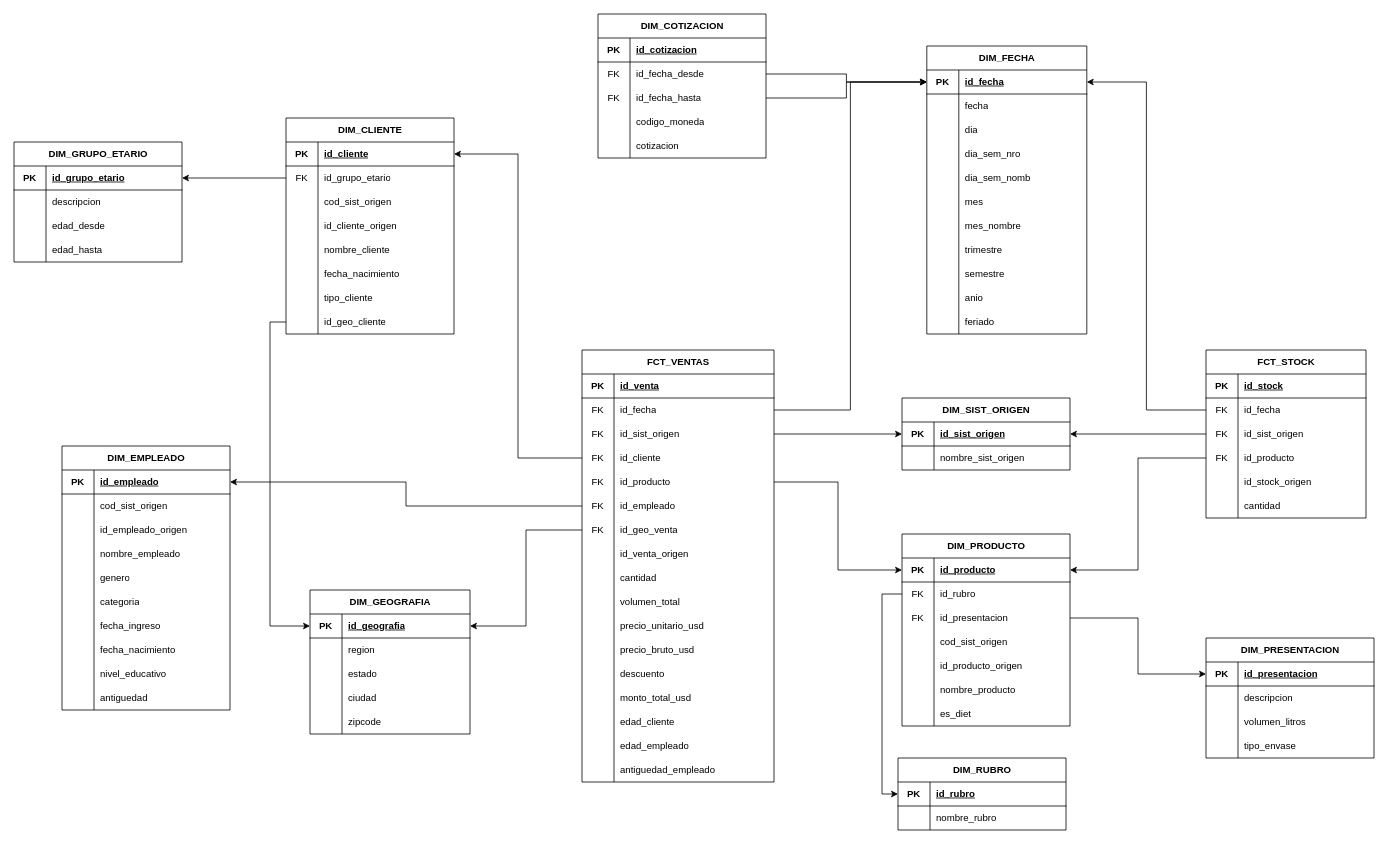
This is TP/TP_BD2_estrella.drawio from Ftedp/BBDD2-TUIA, a draw.io file, before an edit. Source tidied: cells renumbered, new cells numbered last; positions are measured from the earlier drawing's top-left corner, leaving out a move shared by most shapes. Both pictures are drawn from the tidied source at 80%, with x=0, y=0 at pixel (14, 14).
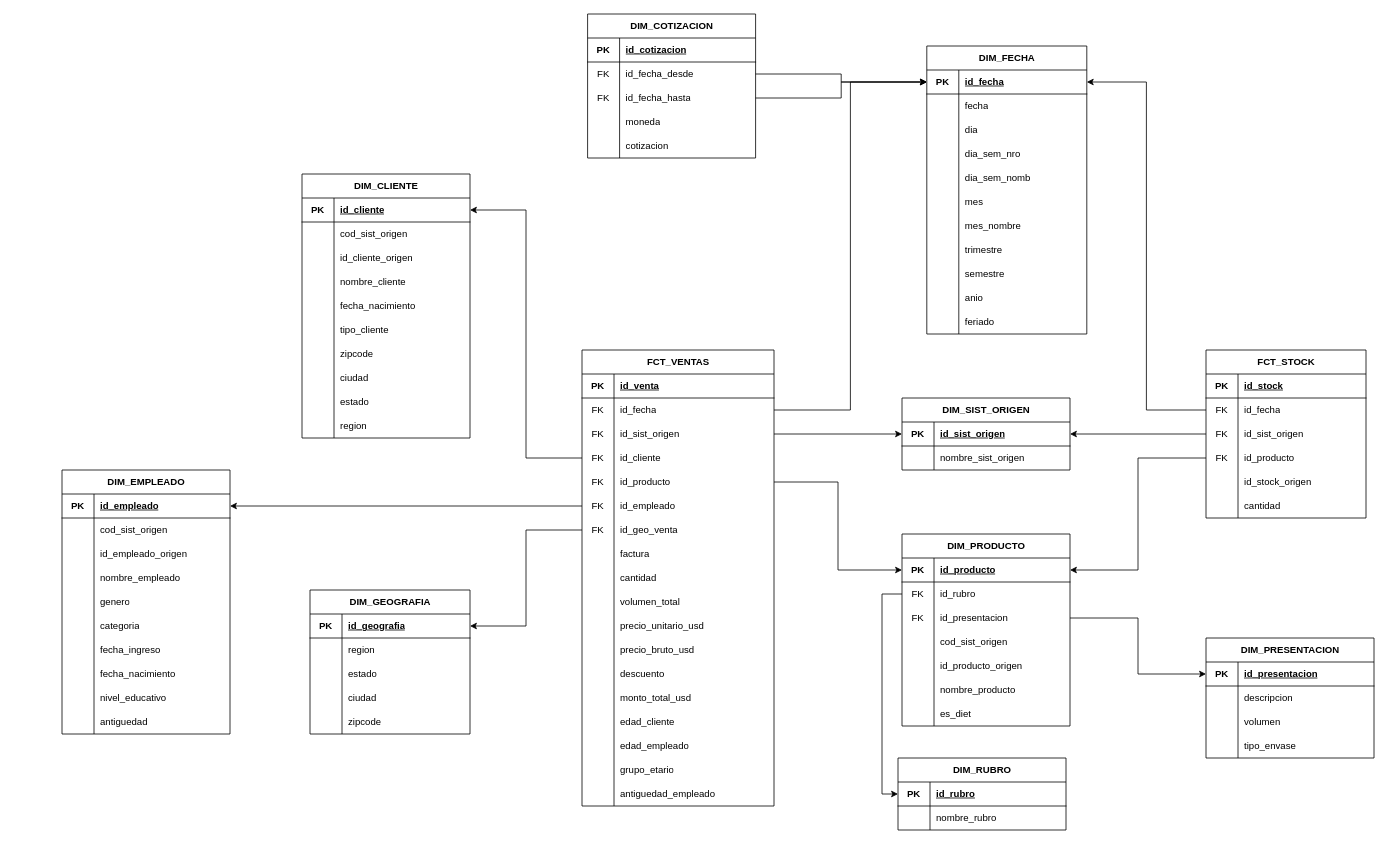
Above is the later version.

Unchanged cells that the change refers to:
```xml
<mxCell id="62" style="shape=tableRow;horizontal=0;startSize=0;swimlaneHead=0;swimlaneBody=0;fillColor=none;points=[[0,0.5],[1,0.5]];portConstraint=eastwest;top=0;left=0;right=0;bottom=1;" parent="61" vertex="1">
  <mxGeometry y="30" width="200" height="30" as="geometry" />
</mxCell>
<mxCell id="152" style="shape=tableRow;horizontal=0;startSize=0;swimlaneHead=0;swimlaneBody=0;fillColor=none;top=0;left=0;right=0;bottom=0;" parent="130" vertex="1">
  <mxGeometry y="240" width="240" height="30" as="geometry" />
</mxCell>
<mxCell id="228" style="shape=tableRow;horizontal=0;startSize=0;swimlaneHead=0;swimlaneBody=0;fillColor=none;top=0;left=0;right=0;bottom=0;" parent="218" vertex="1">
  <mxGeometry y="120" width="210" height="30" as="geometry" />
</mxCell>
<mxCell id="262" style="shape=tableRow;horizontal=0;startSize=0;swimlaneHead=0;swimlaneBody=0;fillColor=none;top=0;left=0;right=0;bottom=0;" parent="255" vertex="1">
  <mxGeometry y="90" width="210" height="30" as="geometry" />
</mxCell>
```

The edit, as a diff of the source:
```diff
@@
     <mxCell id="36" value="DIM_CLIENTE" style="shape=table;startSize=30;childLayout=tableLayout;rowLines=0;fontStyle=1;align=center;html=1;" parent="1" vertex="1">
-      <mxGeometry x="340" y="130" width="210" height="270" as="geometry" />
+      <mxGeometry x="360" y="200" width="210" height="330" as="geometry" />
     </mxCell>
@@
-    <mxCell id="40" style="shape=tableRow;horizontal=0;startSize=0;swimlaneHead=0;swimlaneBody=0;fillColor=none;points=[[0,0.5],[1,0.5]];portConstraint=eastwest;top=0;left=0;right=0;bottom=0;" parent="36" vertex="1">
-      <mxGeometry y="60" width="210" height="30" as="geometry" />
-    </mxCell>
-    <mxCell id="41" value="FK" style="shape=partialRectangle;fillColor=none;top=0;left=0;bottom=0;right=0;overflow=hidden;whiteSpace=wrap;html=1;" parent="40" vertex="1">
-      <mxGeometry width="40" height="30" as="geometry" />
-    </mxCell>
-    <mxCell id="42" value="id_grupo_etario" style="shape=partialRectangle;fillColor=none;top=0;left=0;bottom=0;right=0;align=left;spacingLeft=6;overflow=hidden;whiteSpace=wrap;html=1;" parent="40" vertex="1">
-      <mxGeometry x="40" width="170" height="30" as="geometry" />
-    </mxCell>
     <mxCell id="43" style="shape=tableRow;horizontal=0;startSize=0;swimlaneHead=0;swimlaneBody=0;fillColor=none;top=0;left=0;right=0;bottom=0;" parent="36" vertex="1">
-      <mxGeometry y="90" width="210" height="30" as="geometry" />
+      <mxGeometry y="60" width="210" height="30" as="geometry" />
     </mxCell>
@@
     <mxCell id="46" style="shape=tableRow;horizontal=0;startSize=0;swimlaneHead=0;swimlaneBody=0;fillColor=none;top=0;left=0;right=0;bottom=0;" parent="36" vertex="1">
-      <mxGeometry y="120" width="210" height="30" as="geometry" />
+      <mxGeometry y="90" width="210" height="30" as="geometry" />
     </mxCell>
@@
     <mxCell id="49" style="shape=tableRow;horizontal=0;startSize=0;swimlaneHead=0;swimlaneBody=0;fillColor=none;top=0;left=0;right=0;bottom=0;" parent="36" vertex="1">
-      <mxGeometry y="150" width="210" height="30" as="geometry" />
+      <mxGeometry y="120" width="210" height="30" as="geometry" />
     </mxCell>
@@
     <mxCell id="52" style="shape=tableRow;horizontal=0;startSize=0;swimlaneHead=0;swimlaneBody=0;fillColor=none;top=0;left=0;right=0;bottom=0;" parent="36" vertex="1">
-      <mxGeometry y="180" width="210" height="30" as="geometry" />
+      <mxGeometry y="150" width="210" height="30" as="geometry" />
     </mxCell>
@@
     <mxCell id="55" style="shape=tableRow;horizontal=0;startSize=0;swimlaneHead=0;swimlaneBody=0;fillColor=none;top=0;left=0;right=0;bottom=0;" parent="36" vertex="1">
-      <mxGeometry y="210" width="210" height="30" as="geometry" />
+      <mxGeometry y="180" width="210" height="30" as="geometry" />
     </mxCell>
@@
     <mxCell id="58" style="shape=tableRow;horizontal=0;startSize=0;swimlaneHead=0;swimlaneBody=0;fillColor=none;points=[[0,0.5],[1,0.5]];portConstraint=eastwest;top=0;left=0;right=0;bottom=0;" parent="36" vertex="1">
-      <mxGeometry y="240" width="210" height="30" as="geometry" />
+      <mxGeometry y="210" width="210" height="30" as="geometry" />
     </mxCell>
@@
-    <mxCell id="60" value="id_geo_cliente" style="shape=partialRectangle;fillColor=none;top=0;left=0;bottom=0;right=0;align=left;spacingLeft=6;overflow=hidden;whiteSpace=wrap;html=1;" parent="58" vertex="1">
+    <mxCell id="60" value="zipcode" style="shape=partialRectangle;fillColor=none;top=0;left=0;bottom=0;right=0;align=left;spacingLeft=6;overflow=hidden;whiteSpace=wrap;html=1;" parent="58" vertex="1">
       <mxGeometry x="40" width="170" height="30" as="geometry" />
     </mxCell>
+    <mxCell id="272" style="shape=tableRow;horizontal=0;startSize=0;swimlaneHead=0;swimlaneBody=0;fillColor=none;top=0;left=0;right=0;bottom=0;" parent="36" vertex="1">
+      <mxGeometry y="240" width="210" height="30" as="geometry" />
+    </mxCell>
+    <mxCell id="273" style="shape=partialRectangle;fillColor=none;top=0;left=0;bottom=0;right=0;overflow=hidden;whiteSpace=wrap;html=1;" parent="272" vertex="1">
+      <mxGeometry width="40" height="30" as="geometry" />
+    </mxCell>
+    <mxCell id="274" value="ciudad" style="shape=partialRectangle;fillColor=none;top=0;left=0;bottom=0;right=0;align=left;spacingLeft=6;overflow=hidden;whiteSpace=wrap;html=1;" parent="272" vertex="1">
+      <mxGeometry x="40" width="170" height="30" as="geometry" />
+    </mxCell>
+    <mxCell id="275" style="shape=tableRow;horizontal=0;startSize=0;swimlaneHead=0;swimlaneBody=0;fillColor=none;top=0;left=0;right=0;bottom=0;" parent="36" vertex="1">
+      <mxGeometry y="270" width="210" height="30" as="geometry" />
+    </mxCell>
+    <mxCell id="276" style="shape=partialRectangle;fillColor=none;top=0;left=0;bottom=0;right=0;overflow=hidden;whiteSpace=wrap;html=1;" parent="275" vertex="1">
+      <mxGeometry width="40" height="30" as="geometry" />
+    </mxCell>
+    <mxCell id="277" value="estado" style="shape=partialRectangle;fillColor=none;top=0;left=0;bottom=0;right=0;align=left;spacingLeft=6;overflow=hidden;whiteSpace=wrap;html=1;" parent="275" vertex="1">
+      <mxGeometry x="40" width="170" height="30" as="geometry" />
+    </mxCell>
+    <mxCell id="278" style="shape=tableRow;horizontal=0;startSize=0;swimlaneHead=0;swimlaneBody=0;fillColor=none;top=0;left=0;right=0;bottom=0;" parent="36" vertex="1">
+      <mxGeometry y="300" width="210" height="30" as="geometry" />
+    </mxCell>
+    <mxCell id="279" style="shape=partialRectangle;fillColor=none;top=0;left=0;bottom=0;right=0;overflow=hidden;whiteSpace=wrap;html=1;" parent="278" vertex="1">
+      <mxGeometry width="40" height="30" as="geometry" />
+    </mxCell>
+    <mxCell id="280" value="region" style="shape=partialRectangle;fillColor=none;top=0;left=0;bottom=0;right=0;align=left;spacingLeft=6;overflow=hidden;whiteSpace=wrap;html=1;" parent="278" vertex="1">
+      <mxGeometry x="40" width="170" height="30" as="geometry" />
+    </mxCell>
@@
     <mxCell id="99" value="DIM_EMPLEADO" style="shape=table;startSize=30;childLayout=tableLayout;rowLines=0;fontStyle=1;align=center;html=1;" parent="1" vertex="1">
-      <mxGeometry x="60" y="540" width="210" height="330" as="geometry" />
+      <mxGeometry x="60" y="570" width="210" height="330" as="geometry" />
     </mxCell>
@@
     <mxCell id="130" value="FCT_VENTAS" style="shape=table;startSize=30;childLayout=tableLayout;rowLines=0;fontStyle=1;align=center;html=1;" parent="1" vertex="1">
-      <mxGeometry x="710" y="420" width="240" height="540" as="geometry" />
+      <mxGeometry x="710" y="420" width="240" height="570" as="geometry" />
     </mxCell>
@@
-    <mxCell id="154" value="id_venta_origen" style="shape=partialRectangle;fillColor=none;top=0;left=0;bottom=0;right=0;align=left;spacingLeft=6;overflow=hidden;whiteSpace=wrap;html=1;" parent="152" vertex="1">
+    <mxCell id="154" value="factura" style="shape=partialRectangle;fillColor=none;top=0;left=0;bottom=0;right=0;align=left;spacingLeft=6;overflow=hidden;whiteSpace=wrap;html=1;" parent="152" vertex="1">
       <mxGeometry x="40" width="200" height="30" as="geometry" />
     </mxCell>
@@
+    <mxCell id="281" style="shape=tableRow;horizontal=0;startSize=0;swimlaneHead=0;swimlaneBody=0;fillColor=none;top=0;left=0;right=0;bottom=0;" parent="130" vertex="1">
+      <mxGeometry y="510" width="240" height="30" as="geometry" />
+    </mxCell>
+    <mxCell id="282" style="shape=partialRectangle;fillColor=none;top=0;left=0;bottom=0;right=0;overflow=hidden;whiteSpace=wrap;html=1;" parent="281" vertex="1">
+      <mxGeometry width="40" height="30" as="geometry" />
+    </mxCell>
+    <mxCell id="283" value="grupo_etario" style="shape=partialRectangle;fillColor=none;top=0;left=0;bottom=0;right=0;align=left;spacingLeft=6;overflow=hidden;whiteSpace=wrap;html=1;" parent="281" vertex="1">
+      <mxGeometry x="40" width="200" height="30" as="geometry" />
+    </mxCell>
     <mxCell id="179" style="shape=tableRow;horizontal=0;startSize=0;swimlaneHead=0;swimlaneBody=0;fillColor=none;top=0;left=0;right=0;bottom=0;" parent="130" vertex="1">
-      <mxGeometry y="510" width="240" height="30" as="geometry" />
+      <mxGeometry y="540" width="240" height="30" as="geometry" />
     </mxCell>
@@
-    <mxCell id="208" style="edgeStyle=orthogonalEdgeStyle;rounded=0;jettySize=auto;html=1;exitX=0;exitY=0.5;exitDx=0;exitDy=0;entryX=0;entryY=0.5;entryDx=0;entryDy=0;" parent="1" edge="1" source="58" target="62">
-      <mxGeometry relative="1" as="geometry" />
-    </mxCell>
@@
     <mxCell id="218" value="DIM_COTIZACION" style="shape=table;startSize=30;childLayout=tableLayout;rowLines=0;fontStyle=1;align=center;html=1;" parent="1" vertex="1">
-      <mxGeometry x="730" width="210" height="180" as="geometry" />
+      <mxGeometry x="717" width="210" height="180" as="geometry" />
     </mxCell>
@@
-    <mxCell id="230" value="codigo_moneda" style="shape=partialRectangle;fillColor=none;top=0;left=0;bottom=0;right=0;align=left;spacingLeft=6;overflow=hidden;whiteSpace=wrap;html=1;" parent="228" vertex="1">
+    <mxCell id="230" value="moneda" style="shape=partialRectangle;fillColor=none;top=0;left=0;bottom=0;right=0;align=left;spacingLeft=6;overflow=hidden;whiteSpace=wrap;html=1;" parent="228" vertex="1">
       <mxGeometry x="40" width="170" height="30" as="geometry" />
     </mxCell>
@@
-    <mxCell id="234" value="DIM_GRUPO_ETARIO" style="shape=table;startSize=30;childLayout=tableLayout;rowLines=0;fontStyle=1;align=center;html=1;" parent="1" vertex="1">
-      <mxGeometry y="160" width="210" height="150" as="geometry" />
-    </mxCell>
-    <mxCell id="235" style="shape=tableRow;horizontal=0;startSize=0;swimlaneHead=0;swimlaneBody=0;fillColor=none;points=[[0,0.5],[1,0.5]];portConstraint=eastwest;top=0;left=0;right=0;bottom=1;" parent="234" vertex="1">
-      <mxGeometry y="30" width="210" height="30" as="geometry" />
-    </mxCell>
-    <mxCell id="236" value="PK" style="shape=partialRectangle;fillColor=none;top=0;left=0;bottom=0;right=0;fontStyle=1;overflow=hidden;whiteSpace=wrap;html=1;" parent="235" vertex="1">
-      <mxGeometry width="40" height="30" as="geometry" />
-    </mxCell>
-    <mxCell id="237" value="id_grupo_etario" style="shape=partialRectangle;fillColor=none;top=0;left=0;bottom=0;right=0;align=left;spacingLeft=6;fontStyle=5;overflow=hidden;whiteSpace=wrap;html=1;" parent="235" vertex="1">
-      <mxGeometry x="40" width="170" height="30" as="geometry" />
-    </mxCell>
-    <mxCell id="238" style="shape=tableRow;horizontal=0;startSize=0;swimlaneHead=0;swimlaneBody=0;fillColor=none;top=0;left=0;right=0;bottom=0;" parent="234" vertex="1">
-      <mxGeometry y="60" width="210" height="30" as="geometry" />
-    </mxCell>
-    <mxCell id="239" style="shape=partialRectangle;fillColor=none;top=0;left=0;bottom=0;right=0;overflow=hidden;whiteSpace=wrap;html=1;" parent="238" vertex="1">
-      <mxGeometry width="40" height="30" as="geometry" />
-    </mxCell>
-    <mxCell id="240" value="descripcion" style="shape=partialRectangle;fillColor=none;top=0;left=0;bottom=0;right=0;align=left;spacingLeft=6;overflow=hidden;whiteSpace=wrap;html=1;" parent="238" vertex="1">
-      <mxGeometry x="40" width="170" height="30" as="geometry" />
-    </mxCell>
-    <mxCell id="241" style="shape=tableRow;horizontal=0;startSize=0;swimlaneHead=0;swimlaneBody=0;fillColor=none;top=0;left=0;right=0;bottom=0;" parent="234" vertex="1">
-      <mxGeometry y="90" width="210" height="30" as="geometry" />
-    </mxCell>
-    <mxCell id="242" style="shape=partialRectangle;fillColor=none;top=0;left=0;bottom=0;right=0;overflow=hidden;whiteSpace=wrap;html=1;" parent="241" vertex="1">
-      <mxGeometry width="40" height="30" as="geometry" />
-    </mxCell>
-    <mxCell id="243" value="edad_desde" style="shape=partialRectangle;fillColor=none;top=0;left=0;bottom=0;right=0;align=left;spacingLeft=6;overflow=hidden;whiteSpace=wrap;html=1;" parent="241" vertex="1">
-      <mxGeometry x="40" width="170" height="30" as="geometry" />
-    </mxCell>
-    <mxCell id="244" style="shape=tableRow;horizontal=0;startSize=0;swimlaneHead=0;swimlaneBody=0;fillColor=none;top=0;left=0;right=0;bottom=0;" parent="234" vertex="1">
-      <mxGeometry y="120" width="210" height="30" as="geometry" />
-    </mxCell>
-    <mxCell id="245" style="shape=partialRectangle;fillColor=none;top=0;left=0;bottom=0;right=0;overflow=hidden;whiteSpace=wrap;html=1;" parent="244" vertex="1">
-      <mxGeometry width="40" height="30" as="geometry" />
-    </mxCell>
-    <mxCell id="246" value="edad_hasta" style="shape=partialRectangle;fillColor=none;top=0;left=0;bottom=0;right=0;align=left;spacingLeft=6;overflow=hidden;whiteSpace=wrap;html=1;" parent="244" vertex="1">
-      <mxGeometry x="40" width="170" height="30" as="geometry" />
-    </mxCell>
-    <mxCell id="247" style="edgeStyle=orthogonalEdgeStyle;rounded=0;jettySize=auto;html=1;exitX=0;exitY=0.5;exitDx=0;exitDy=0;entryX=1;entryY=0.5;entryDx=0;entryDy=0;" parent="1" edge="1" source="40" target="235">
-      <mxGeometry relative="1" as="geometry" />
-    </mxCell>
@@
-    <mxCell id="264" value="volumen_litros" style="shape=partialRectangle;fillColor=none;top=0;left=0;bottom=0;right=0;align=left;spacingLeft=6;overflow=hidden;whiteSpace=wrap;html=1;" parent="262" vertex="1">
+    <mxCell id="264" value="volumen" style="shape=partialRectangle;fillColor=none;top=0;left=0;bottom=0;right=0;align=left;spacingLeft=6;overflow=hidden;whiteSpace=wrap;html=1;" parent="262" vertex="1">
       <mxGeometry x="40" width="170" height="30" as="geometry" />
     </mxCell>
```
